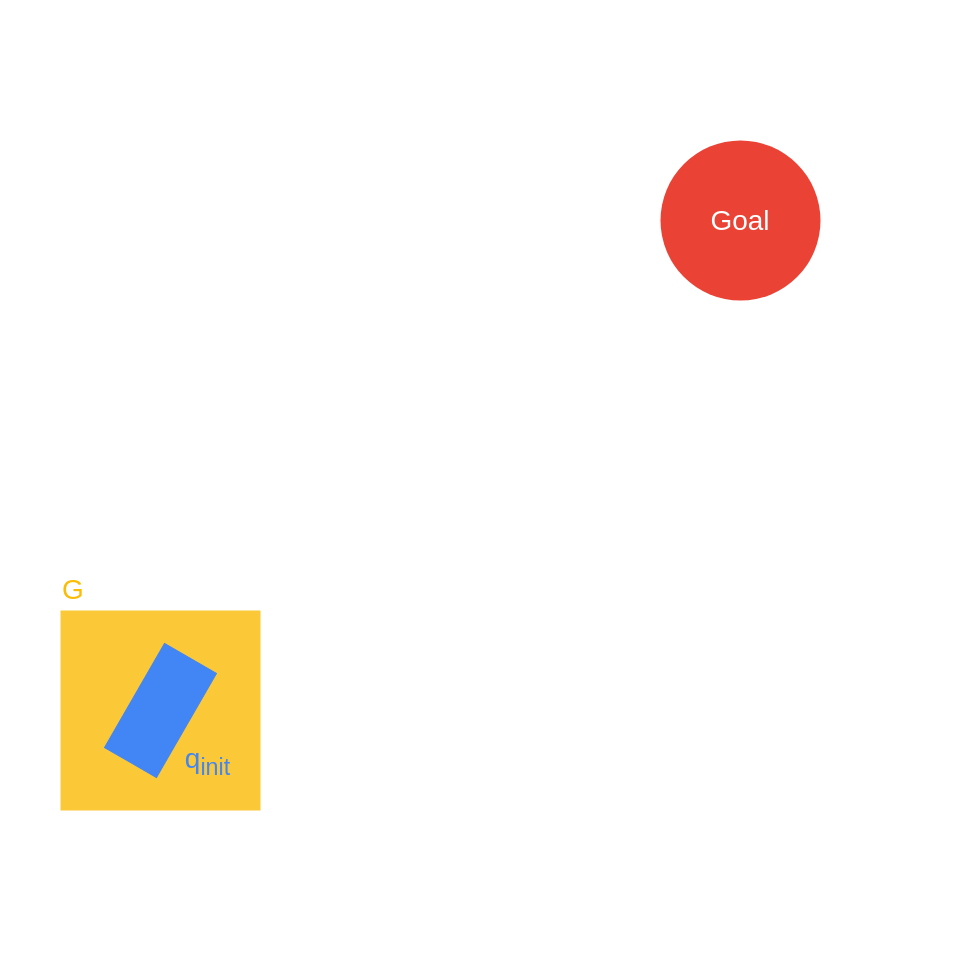
Above: page "Page-1" (1 of 4) of Writeups/4_Report/chapters/chapter2/figures/RRT_step_by_step.drawio in AnthonyKenny98/Thesis (draw.io), before the change. Source tidied: cells renumbered, new cells numbered last; positions are measured from the earlier drawing's top-left corner, leaving out a move shared by most shapes. Both pictures are drawn from the tidied source at 100%, with x=0, y=0 at pixel (60, 140).
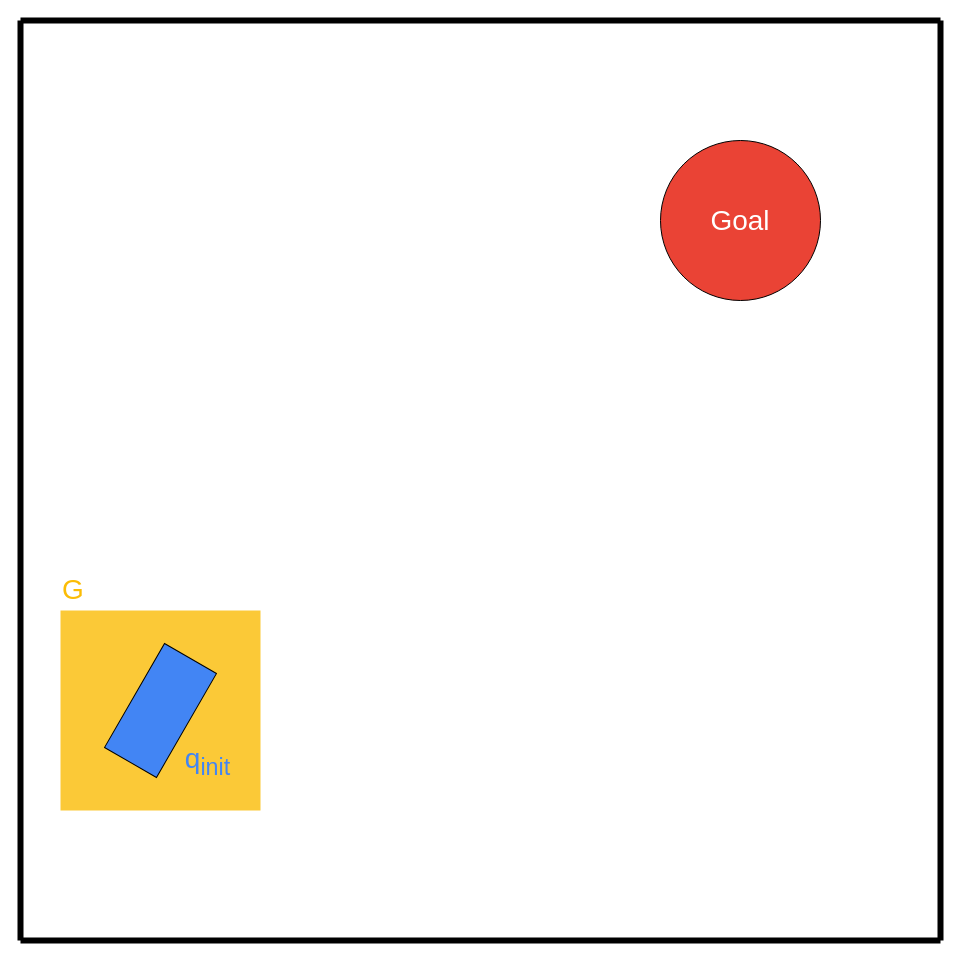
Above is the later version.

The edit, as a diff of the source:
```diff
@@
 <mxGraphModel>
   <root>
     <mxCell id="0" />
     <mxCell id="1" parent="0" />
     <mxCell id="2" style="whiteSpace=wrap;html=1;shadow=0;glass=0;comic=0;strokeColor=none;fillColor=#FBBC05;opacity=80;" parent="1" vertex="1">
       <mxGeometry y="470" width="200" height="200" as="geometry" />
     </mxCell>
-    <mxCell id="3" style="rounded=0;whiteSpace=wrap;html=1;fillColor=#4285F4;strokeColor=#4285F4;rotation=-60;" parent="1" vertex="1">
+    <mxCell id="3" style="rounded=0;whiteSpace=wrap;html=1;fillColor=#4285F4;strokeColor=#000000;rotation=-60;" parent="1" vertex="1">
       <mxGeometry x="40" y="540" width="120" height="60" as="geometry" />
     </mxCell>
-    <mxCell id="4" value="&lt;font style=&quot;font-size: 28px&quot; color=&quot;#ffffff&quot;&gt;Goal&lt;/font&gt;" style="ellipse;whiteSpace=wrap;html=1;strokeColor=none;fillColor=#EA4335;fontFamily=Computer Modern;FType=g;" parent="1" vertex="1">
+    <mxCell id="4" value="&lt;font style=&quot;font-size: 28px&quot; color=&quot;#ffffff&quot;&gt;Goal&lt;/font&gt;" style="ellipse;whiteSpace=wrap;html=1;strokeColor=#000000;fillColor=#EA4335;fontFamily=Computer Modern;FType=g;" parent="1" vertex="1">
       <mxGeometry x="600" width="160" height="160" as="geometry" />
     </mxCell>
     <mxCell id="5" value="&lt;font style=&quot;font-size: 28px&quot; face=&quot;Computer Modern&quot; color=&quot;#4285f4&quot;&gt;q&lt;sub&gt;init&lt;/sub&gt;&lt;/font&gt;" style="text;html=1;strokeColor=none;fillColor=none;align=center;verticalAlign=middle;whiteSpace=wrap;rounded=0;rotation=0;" parent="1" vertex="1">
       <mxGeometry x="110" y="600" width="75" height="42.2" as="geometry" />
     </mxCell>
     <mxCell id="6" value="&lt;font face=&quot;Computer Modern&quot; color=&quot;#fbbc05&quot;&gt;&lt;span style=&quot;font-size: 28px&quot;&gt;G&lt;/span&gt;&lt;/font&gt;" style="text;html=1;strokeColor=none;fillColor=none;align=left;verticalAlign=middle;whiteSpace=wrap;rounded=0;rotation=0;" parent="1" vertex="1">
       <mxGeometry y="427.8" width="55" height="42.2" as="geometry" />
     </mxCell>
+    <mxCell id="7" style="endArrow=none;html=1;strokeColor=#000000;strokeWidth=6;fontColor=#FFFFFF;" parent="1" edge="1">
+      <mxGeometry relative="1" as="geometry">
+        <mxPoint x="-40" y="800" as="sourcePoint" />
+        <mxPoint x="-40" y="-120" as="targetPoint" />
+      </mxGeometry>
+    </mxCell>
+    <mxCell id="8" style="endArrow=none;html=1;strokeColor=#000000;strokeWidth=6;fontColor=#FFFFFF;" parent="1" edge="1">
+      <mxGeometry relative="1" as="geometry">
+        <mxPoint x="880" y="800" as="sourcePoint" />
+        <mxPoint x="880" y="-120" as="targetPoint" />
+      </mxGeometry>
+    </mxCell>
+    <mxCell id="9" style="endArrow=none;html=1;strokeColor=#000000;strokeWidth=6;fontColor=#FFFFFF;" parent="1" edge="1">
+      <mxGeometry relative="1" as="geometry">
+        <mxPoint x="-40" y="800" as="sourcePoint" />
+        <mxPoint x="880" y="800" as="targetPoint" />
+      </mxGeometry>
+    </mxCell>
+    <mxCell id="10" style="endArrow=none;html=1;strokeColor=#000000;strokeWidth=6;fontColor=#FFFFFF;" parent="1" edge="1">
+      <mxGeometry relative="1" as="geometry">
+        <mxPoint x="-40" y="-120" as="sourcePoint" />
+        <mxPoint x="880" y="-120" as="targetPoint" />
+      </mxGeometry>
+    </mxCell>
   </root>
 </mxGraphModel>
```
